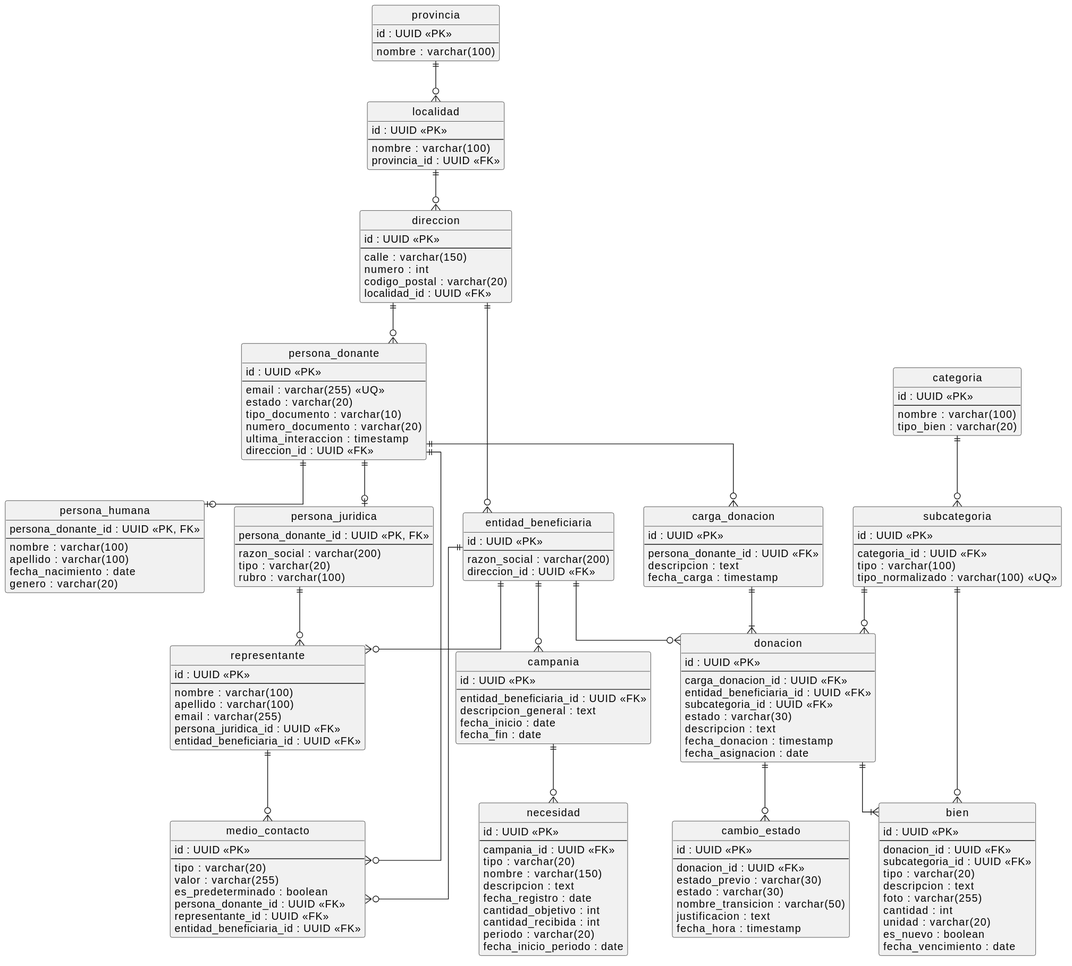
This is donatrack/DiagramaDeClases/Donaciones/donaciones-der.svg from PonceCamilo/TP-ANUAL-DISENIO-2026, a PlantUML export, as it was before one commit. The source it was exported from:
```plantuml
@startuml
hide circle
skinparam linetype ortho
skinparam nodesep 40
skinparam ranksep 55


entity provincia {
  id : UUID <<PK>>
  --
  nombre : varchar(100)
}

entity localidad {
  id : UUID <<PK>>
  --
  nombre : varchar(100)
  provincia_id : UUID <<FK>>
}

entity direccion {
  id : UUID <<PK>>
  --
  calle : varchar(150)
  numero : int
  codigo_postal : varchar(20)
  localidad_id : UUID <<FK>>
}


entity persona_donante {
  id : UUID <<PK>>
  --
  email : varchar(255) <<UQ>>
  estado : varchar(20)
  tipo_documento : varchar(10)
  numero_documento : varchar(20)
  ultima_interaccion : timestamp
  direccion_id : UUID <<FK>>
}

entity persona_humana {
  persona_donante_id : UUID <<PK, FK>>
  --
  nombre : varchar(100)
  apellido : varchar(100)
  fecha_nacimiento : date
  genero : varchar(20)
}

entity persona_juridica {
  persona_donante_id : UUID <<PK, FK>>
  --
  razon_social : varchar(200)
  tipo : varchar(20)
  rubro : varchar(100)
}


entity representante {
  id : UUID <<PK>>
  --
  nombre : varchar(100)
  apellido : varchar(100)
  email : varchar(255)
  persona_juridica_id : UUID <<FK>>
  entidad_beneficiaria_id : UUID <<FK>>
}

entity medio_contacto {
  id : UUID <<PK>>
  --
  tipo : varchar(20)
  valor : varchar(255)
  es_predeterminado : boolean
  persona_donante_id : UUID <<FK>>
  representante_id : UUID <<FK>>
  entidad_beneficiaria_id : UUID <<FK>>
}


entity entidad_beneficiaria {
  id : UUID <<PK>>
  --
  razon_social : varchar(200)
  direccion_id : UUID <<FK>>
}

entity campania {
  id : UUID <<PK>>
  --
  entidad_beneficiaria_id : UUID <<FK>>
  descripcion_general : text
  fecha_inicio : date
  fecha_fin : date
}

entity necesidad {
  id : UUID <<PK>>
  --
  campania_id : UUID <<FK>>
  tipo : varchar(20)
  nombre : varchar(150)
  descripcion : text
  fecha_registro : date
  cantidad_objetivo : int
  cantidad_recibida : int
  periodo : varchar(20)
  fecha_inicio_periodo : date
}


entity categoria {
  id : UUID <<PK>>
  --
  nombre : varchar(100)
  tipo_bien : varchar(20)
}

entity subcategoria {
  id : UUID <<PK>>
  --
  categoria_id : UUID <<FK>>
  tipo : varchar(100)
  tipo_normalizado : varchar(100) <<UQ>>
}


entity carga_donacion {
  id : UUID <<PK>>
  --
  persona_donante_id : UUID <<FK>>
  descripcion : text
  fecha_carga : timestamp
}

entity donacion {
  id : UUID <<PK>>
  --
  carga_donacion_id : UUID <<FK>>
  entidad_beneficiaria_id : UUID <<FK>>
  subcategoria_id : UUID <<FK>>
  estado : varchar(30)
  descripcion : text
  fecha_donacion : timestamp
  fecha_asignacion : date
}

entity bien {
  id : UUID <<PK>>
  --
  donacion_id : UUID <<FK>>
  subcategoria_id : UUID <<FK>>
  tipo : varchar(20)
  descripcion : text
  foto : varchar(255)
  cantidad : int
  unidad : varchar(20)
  es_nuevo : boolean
  fecha_vencimiento : date
}

entity cambio_estado {
  id : UUID <<PK>>
  --
  donacion_id : UUID <<FK>>
  estado_previo : varchar(30)
  estado : varchar(30)
  nombre_transicion : varchar(50)
  justificacion : text
  fecha_hora : timestamp
}


provincia ||--o{ localidad
localidad ||--o{ direccion

direccion ||--o{ persona_donante
persona_donante ||--o| persona_humana
persona_donante ||--o| persona_juridica

persona_juridica ||--o{ representante
persona_donante ||--o{ medio_contacto
representante ||--o{ medio_contacto

direccion ||--o{ entidad_beneficiaria
entidad_beneficiaria ||--o{ representante
entidad_beneficiaria ||--o{ medio_contacto
entidad_beneficiaria ||--o{ campania
campania ||--o{ necesidad

categoria ||--o{ subcategoria

persona_donante ||--o{ carga_donacion
carga_donacion ||--|{ donacion
entidad_beneficiaria ||--o{ donacion
subcategoria ||--o{ donacion
donacion ||--|{ bien
subcategoria ||--o{ bien
donacion ||--o{ cambio_estado
@enduml
```
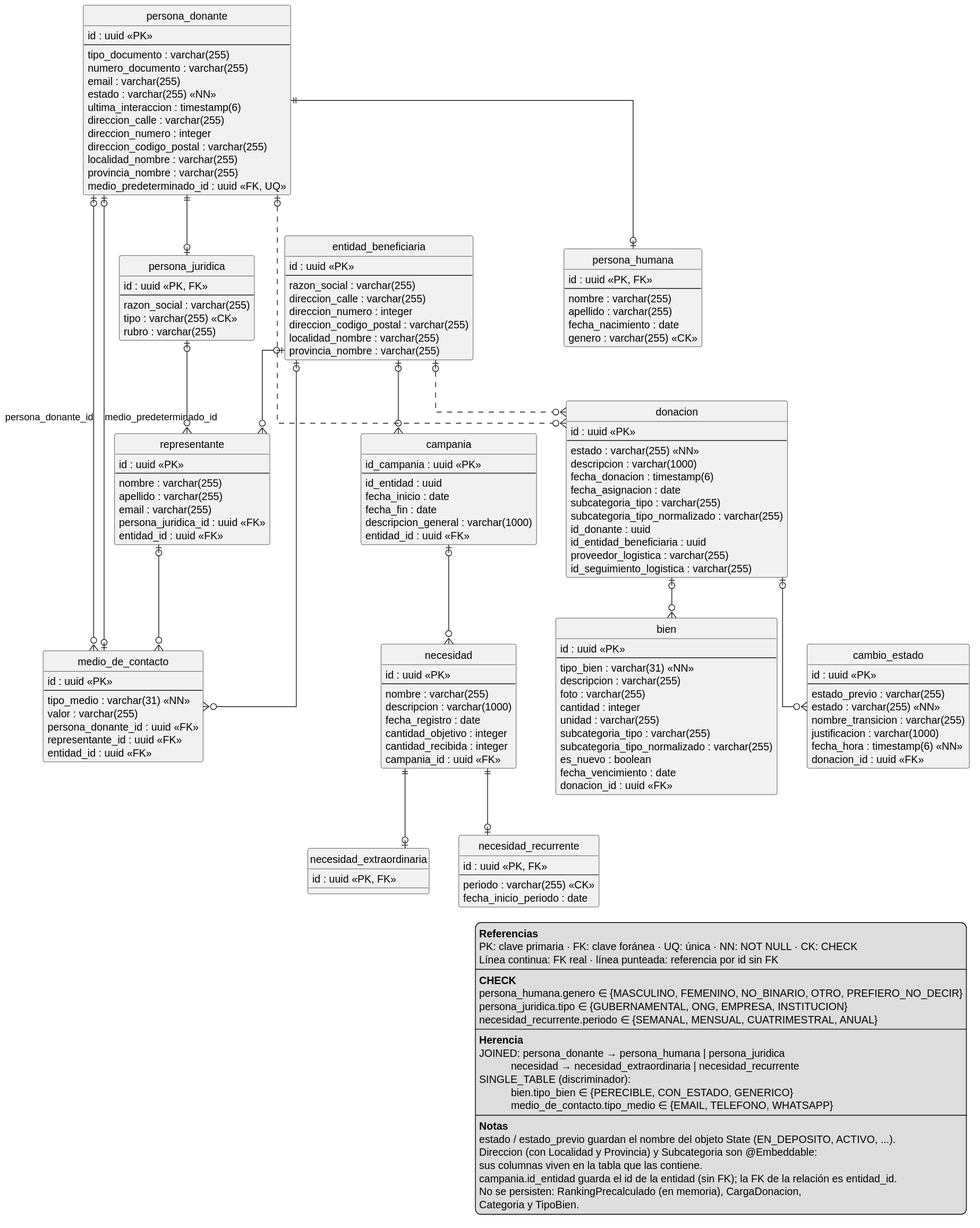
The same diagram one commit later.

Commit message:
Actualiza diagramas de Donaciones y comentarios de seguimiento logístico

Change to the diagram source:
```diff
@@ -5,197 +5,194 @@
 skinparam ranksep 55
 
 
-entity provincia {
-  id : UUID <<PK>>
-  --
-  nombre : varchar(100)
-}
-
-entity localidad {
-  id : UUID <<PK>>
-  --
-  nombre : varchar(100)
-  provincia_id : UUID <<FK>>
-}
-
-entity direccion {
-  id : UUID <<PK>>
-  --
-  calle : varchar(150)
-  numero : int
-  codigo_postal : varchar(20)
-  localidad_id : UUID <<FK>>
-}
-
 
 entity persona_donante {
-  id : UUID <<PK>>
+  id : uuid <<PK>>
   --
-  email : varchar(255) <<UQ>>
-  estado : varchar(20)
-  tipo_documento : varchar(10)
-  numero_documento : varchar(20)
-  ultima_interaccion : timestamp
-  direccion_id : UUID <<FK>>
+  tipo_documento : varchar(255)
+  numero_documento : varchar(255)
+  email : varchar(255)
+  estado : varchar(255) <<NN>>
+  ultima_interaccion : timestamp(6)
+  direccion_calle : varchar(255)
+  direccion_numero : integer
+  direccion_codigo_postal : varchar(255)
+  localidad_nombre : varchar(255)
+  provincia_nombre : varchar(255)
+  medio_predeterminado_id : uuid <<FK, UQ>>
 }
 
 entity persona_humana {
-  persona_donante_id : UUID <<PK, FK>>
+  id : uuid <<PK, FK>>
   --
-  nombre : varchar(100)
-  apellido : varchar(100)
+  nombre : varchar(255)
+  apellido : varchar(255)
   fecha_nacimiento : date
-  genero : varchar(20)
+  genero : varchar(255) <<CK>>
 }
 
 entity persona_juridica {
-  persona_donante_id : UUID <<PK, FK>>
+  id : uuid <<PK, FK>>
   --
-  razon_social : varchar(200)
-  tipo : varchar(20)
-  rubro : varchar(100)
+  razon_social : varchar(255)
+  tipo : varchar(255) <<CK>>
+  rubro : varchar(255)
 }
 
 
 entity representante {
-  id : UUID <<PK>>
+  id : uuid <<PK>>
   --
-  nombre : varchar(100)
-  apellido : varchar(100)
+  nombre : varchar(255)
+  apellido : varchar(255)
   email : varchar(255)
-  persona_juridica_id : UUID <<FK>>
-  entidad_beneficiaria_id : UUID <<FK>>
+  persona_juridica_id : uuid <<FK>>
+  entidad_id : uuid <<FK>>
 }
 
-entity medio_contacto {
-  id : UUID <<PK>>
+entity medio_de_contacto {
+  id : uuid <<PK>>
   --
-  tipo : varchar(20)
+  tipo_medio : varchar(31) <<NN>>
   valor : varchar(255)
-  es_predeterminado : boolean
-  persona_donante_id : UUID <<FK>>
-  representante_id : UUID <<FK>>
-  entidad_beneficiaria_id : UUID <<FK>>
+  persona_donante_id : uuid <<FK>>
+  representante_id : uuid <<FK>>
+  entidad_id : uuid <<FK>>
 }
 
 
 entity entidad_beneficiaria {
-  id : UUID <<PK>>
+  id : uuid <<PK>>
   --
-  razon_social : varchar(200)
-  direccion_id : UUID <<FK>>
+  razon_social : varchar(255)
+  direccion_calle : varchar(255)
+  direccion_numero : integer
+  direccion_codigo_postal : varchar(255)
+  localidad_nombre : varchar(255)
+  provincia_nombre : varchar(255)
 }
 
 entity campania {
-  id : UUID <<PK>>
+  id_campania : uuid <<PK>>
   --
-  entidad_beneficiaria_id : UUID <<FK>>
-  descripcion_general : text
+  id_entidad : uuid
   fecha_inicio : date
   fecha_fin : date
+  descripcion_general : varchar(1000)
+  entidad_id : uuid <<FK>>
 }
 
 entity necesidad {
-  id : UUID <<PK>>
+  id : uuid <<PK>>
   --
-  campania_id : UUID <<FK>>
-  tipo : varchar(20)
-  nombre : varchar(150)
-  descripcion : text
+  nombre : varchar(255)
+  descripcion : varchar(1000)
   fecha_registro : date
-  cantidad_objetivo : int
-  cantidad_recibida : int
-  periodo : varchar(20)
+  cantidad_objetivo : integer
+  cantidad_recibida : integer
+  campania_id : uuid <<FK>>
+}
+
+entity necesidad_extraordinaria {
+  id : uuid <<PK, FK>>
+}
+
+entity necesidad_recurrente {
+  id : uuid <<PK, FK>>
+  --
+  periodo : varchar(255) <<CK>>
   fecha_inicio_periodo : date
 }
 
 
-entity categoria {
-  id : UUID <<PK>>
+entity donacion {
+  id : uuid <<PK>>
   --
-  nombre : varchar(100)
-  tipo_bien : varchar(20)
+  estado : varchar(255) <<NN>>
+  descripcion : varchar(1000)
+  fecha_donacion : timestamp(6)
+  fecha_asignacion : date
+  subcategoria_tipo : varchar(255)
+  subcategoria_tipo_normalizado : varchar(255)
+  id_donante : uuid
+  id_entidad_beneficiaria : uuid
+  proveedor_logistica : varchar(255)
+  id_seguimiento_logistica : varchar(255)
 }
 
-entity subcategoria {
-  id : UUID <<PK>>
+entity bien {
+  id : uuid <<PK>>
   --
-  categoria_id : UUID <<FK>>
-  tipo : varchar(100)
-  tipo_normalizado : varchar(100) <<UQ>>
+  tipo_bien : varchar(31) <<NN>>
+  descripcion : varchar(255)
+  foto : varchar(255)
+  cantidad : integer
+  unidad : varchar(255)
+  subcategoria_tipo : varchar(255)
+  subcategoria_tipo_normalizado : varchar(255)
+  es_nuevo : boolean
+  fecha_vencimiento : date
+  donacion_id : uuid <<FK>>
+}
+
+entity cambio_estado {
+  id : uuid <<PK>>
+  --
+  estado_previo : varchar(255)
+  estado : varchar(255) <<NN>>
+  nombre_transicion : varchar(255)
+  justificacion : varchar(1000)
+  fecha_hora : timestamp(6) <<NN>>
+  donacion_id : uuid <<FK>>
 }
 
 
-entity carga_donacion {
-  id : UUID <<PK>>
-  --
-  persona_donante_id : UUID <<FK>>
-  descripcion : text
-  fecha_carga : timestamp
-}
-
-entity donacion {
-  id : UUID <<PK>>
-  --
-  carga_donacion_id : UUID <<FK>>
-  entidad_beneficiaria_id : UUID <<FK>>
-  subcategoria_id : UUID <<FK>>
-  estado : varchar(30)
-  descripcion : text
-  fecha_donacion : timestamp
-  fecha_asignacion : date
-}
-
-entity bien {
-  id : UUID <<PK>>
-  --
-  donacion_id : UUID <<FK>>
-  subcategoria_id : UUID <<FK>>
-  tipo : varchar(20)
-  descripcion : text
-  foto : varchar(255)
-  cantidad : int
-  unidad : varchar(20)
-  es_nuevo : boolean
-  fecha_vencimiento : date
-}
-
-entity cambio_estado {
-  id : UUID <<PK>>
-  --
-  donacion_id : UUID <<FK>>
-  estado_previo : varchar(30)
-  estado : varchar(30)
-  nombre_transicion : varchar(50)
-  justificacion : text
-  fecha_hora : timestamp
-}
-
-
-provincia ||--o{ localidad
-localidad ||--o{ direccion
-
-direccion ||--o{ persona_donante
 persona_donante ||--o| persona_humana
 persona_donante ||--o| persona_juridica
 
-persona_juridica ||--o{ representante
-persona_donante ||--o{ medio_contacto
-representante ||--o{ medio_contacto
 
-direccion ||--o{ entidad_beneficiaria
-entidad_beneficiaria ||--o{ representante
-entidad_beneficiaria ||--o{ medio_contacto
-entidad_beneficiaria ||--o{ campania
-campania ||--o{ necesidad
+persona_donante |o--o{ medio_de_contacto : persona_donante_id
+medio_de_contacto |o--o| persona_donante : medio_predeterminado_id
+persona_juridica |o--o{ representante
+representante |o--o{ medio_de_contacto
 
-categoria ||--o{ subcategoria
+entidad_beneficiaria |o--o{ medio_de_contacto
+entidad_beneficiaria |o--o{ representante
+entidad_beneficiaria |o--o{ campania
+campania |o--o{ necesidad
+necesidad ||--o| necesidad_extraordinaria
+necesidad ||--o| necesidad_recurrente
 
-persona_donante ||--o{ carga_donacion
-carga_donacion ||--|{ donacion
-entidad_beneficiaria ||--o{ donacion
-subcategoria ||--o{ donacion
-donacion ||--|{ bien
-subcategoria ||--o{ bien
-donacion ||--o{ cambio_estado
+donacion |o--o{ bien
+donacion |o--o{ cambio_estado
+
+
+persona_donante |o..o{ donacion
+entidad_beneficiaria |o..o{ donacion
+
+legend right
+  <b>Referencias</b>
+  PK: clave primaria · FK: clave foránea · UQ: única · NN: NOT NULL · CK: CHECK
+  Línea continua: FK real · línea punteada: referencia por id sin FK
+  ----
+  <b>CHECK</b>
+  persona_humana.genero ∈ {MASCULINO, FEMENINO, NO_BINARIO, OTRO, PREFIERO_NO_DECIR}
+  persona_juridica.tipo ∈ {GUBERNAMENTAL, ONG, EMPRESA, INSTITUCION}
+  necesidad_recurrente.periodo ∈ {SEMANAL, MENSUAL, CUATRIMESTRAL, ANUAL}
+  ----
+  <b>Herencia</b>
+  JOINED: persona_donante → persona_humana | persona_juridica
+             necesidad → necesidad_extraordinaria | necesidad_recurrente
+  SINGLE_TABLE (discriminador):
+             bien.tipo_bien ∈ {PERECIBLE, CON_ESTADO, GENERICO}
+             medio_de_contacto.tipo_medio ∈ {EMAIL, TELEFONO, WHATSAPP}
+  ----
+  <b>Notas</b>
+  estado / estado_previo guardan el nombre del objeto State (EN_DEPOSITO, ACTIVO, ...).
+  Direccion (con Localidad y Provincia) y Subcategoria son @Embeddable:
+  sus columnas viven en la tabla que las contiene.
+  campania.id_entidad guarda el id de la entidad (sin FK); la FK de la relación es entidad_id.
+  No se persisten: RankingPrecalculado (en memoria), CargaDonacion,
+  Categoria y TipoBien.
+endlegend
 @enduml
```
